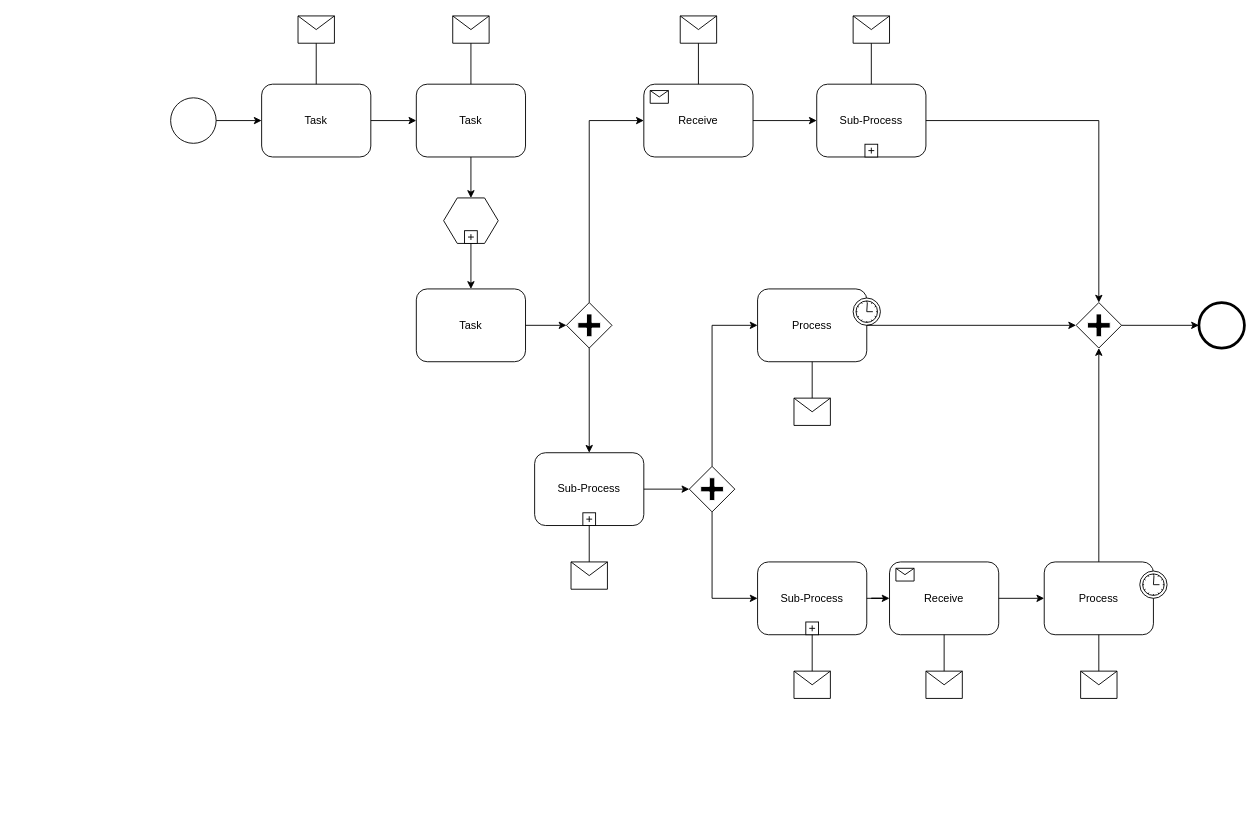
Earlier version of the draw.io diagram 数据分析流程.drawio (xu4877/robert). Source tidied: cells renumbered, new cells numbered last; positions are measured from the earlier drawing's top-left corner, leaving out a move shared by most shapes. Both pictures are drawn from the tidied source at 91%, with x=0, y=0 at pixel (170, 15).
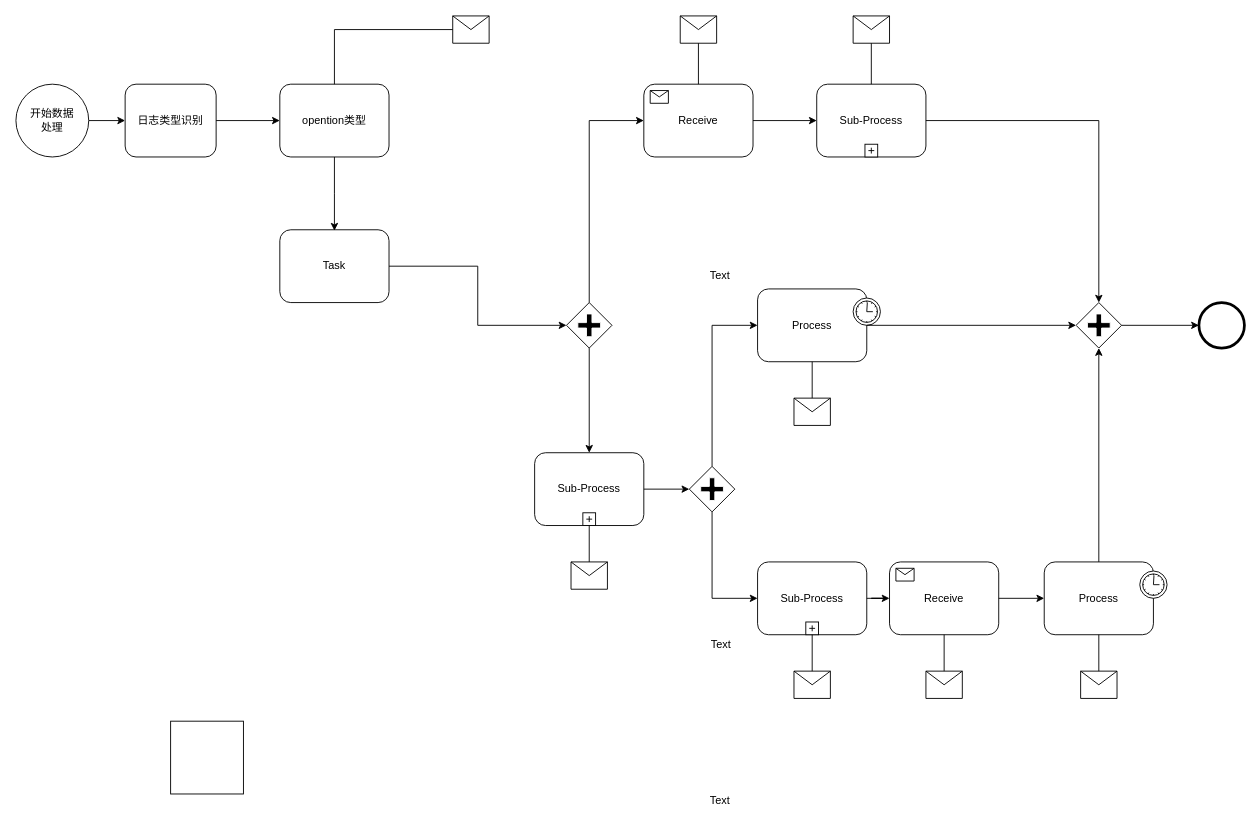
The same diagram, later.

Commit message:
Update 数据分析流程.drawio

The edit, as a diff of the source:
```diff
@@
-    <mxCell id="2" style="shape=mxgraph.bpmn.shape;html=1;verticalLabelPosition=bottom;labelBackgroundColor=#ffffff;verticalAlign=top;perimeter=ellipsePerimeter;outline=standard;symbol=general;" parent="1" vertex="1">
-      <mxGeometry y="90" width="50" height="50" as="geometry" />
-    </mxCell>
-    <mxCell id="3" value="Task" style="shape=ext;rounded=1;html=1;whiteSpace=wrap;" parent="1" vertex="1">
-      <mxGeometry x="100" y="75" width="120" height="80" as="geometry" />
+    <mxCell id="3" value="日志类型识别" style="shape=ext;rounded=1;html=1;whiteSpace=wrap;" parent="1" vertex="1">
+      <mxGeometry x="-50" y="75" width="100" height="80" as="geometry" />
     </mxCell>
-    <mxCell id="4" value="Task" style="shape=ext;rounded=1;html=1;whiteSpace=wrap;" parent="1" vertex="1">
-      <mxGeometry x="270" y="75" width="120" height="80" as="geometry" />
+    <mxCell id="4" value="opention类型" style="shape=ext;rounded=1;html=1;whiteSpace=wrap;" parent="1" vertex="1">
+      <mxGeometry x="120" y="75" width="120" height="80" as="geometry" />
     </mxCell>
-    <mxCell id="5" style="shape=message;whiteSpace=wrap;html=1;" parent="1" vertex="1">
-      <mxGeometry x="140" width="40" height="30" as="geometry" />
-    </mxCell>
@@
-    <mxCell id="7" style="shape=hexagon;whiteSpace=wrap;html=1;perimeter=hexagonPerimeter;" parent="1" vertex="1">
-      <mxGeometry x="300" y="200" width="60" height="50" as="geometry" />
-    </mxCell>
-    <mxCell id="8" style="html=1;shape=plus;" parent="7" vertex="1">
-      <mxGeometry x="0.5" y="1" width="14" height="14" relative="1" as="geometry">
-        <mxPoint x="-7" y="-14" as="offset" />
-      </mxGeometry>
-    </mxCell>
     <mxCell id="9" value="Task" style="shape=ext;rounded=1;html=1;whiteSpace=wrap;" parent="1" vertex="1">
-      <mxGeometry x="270" y="300" width="120" height="80" as="geometry" />
+      <mxGeometry x="120" y="235" width="120" height="80" as="geometry" />
     </mxCell>
@@
-    <mxCell id="34" style="edgeStyle=orthogonalEdgeStyle;rounded=0;html=1;jettySize=auto;" parent="1" edge="1" source="2" target="3">
+    <mxCell id="34" style="edgeStyle=orthogonalEdgeStyle;rounded=0;html=1;jettySize=auto;" parent="1" edge="1" source="62" target="3">
       <mxGeometry relative="1" as="geometry" />
     </mxCell>
-    <mxCell id="35" style="edgeStyle=orthogonalEdgeStyle;rounded=0;html=1;jettySize=auto;endArrow=none;endFill=0;" parent="1" edge="1" source="5" target="3">
-      <mxGeometry relative="1" as="geometry" />
-    </mxCell>
@@
-    <mxCell id="45" style="edgeStyle=orthogonalEdgeStyle;rounded=0;html=1;jettySize=auto;" parent="1" edge="1" source="4" target="7">
-      <mxGeometry relative="1" as="geometry" />
+    <mxCell id="45" style="edgeStyle=orthogonalEdgeStyle;rounded=0;html=1;jettySize=auto;" parent="1" edge="1" source="4">
+      <mxGeometry relative="1" as="geometry">
+        <mxPoint x="180" y="236" as="targetPoint" />
+      </mxGeometry>
     </mxCell>
-    <mxCell id="46" style="edgeStyle=orthogonalEdgeStyle;rounded=0;html=1;jettySize=auto;" parent="1" edge="1" source="7" target="9">
-      <mxGeometry relative="1" as="geometry" />
-    </mxCell>
@@
+    <mxCell id="61" style="whiteSpace=wrap;html=1;" parent="1" vertex="1">
+      <mxGeometry y="775" width="80" height="80" as="geometry" />
+    </mxCell>
+    <mxCell id="62" value="开始数据&lt;br&gt;处理" style="ellipse;whiteSpace=wrap;html=1;" parent="1" vertex="1">
+      <mxGeometry x="-170" y="75" width="80" height="80" as="geometry" />
+    </mxCell>
+    <mxCell id="63" value="Text" style="text;html=1;align=left;verticalAlign=top;spacingTop=-4;" parent="1" vertex="1">
+      <mxGeometry x="591" y="276" width="40" height="20" as="geometry" />
+    </mxCell>
+    <mxCell id="64" value="Text" style="text;html=1;align=left;verticalAlign=top;spacingTop=-4;" parent="1" vertex="1">
+      <mxGeometry x="591" y="852" width="40" height="20" as="geometry" />
+    </mxCell>
+    <mxCell id="65" value="Text" style="text;html=1;align=left;verticalAlign=top;spacingTop=-4;" parent="1" vertex="1">
+      <mxGeometry x="592" y="681" width="40" height="20" as="geometry" />
+    </mxCell>
```
